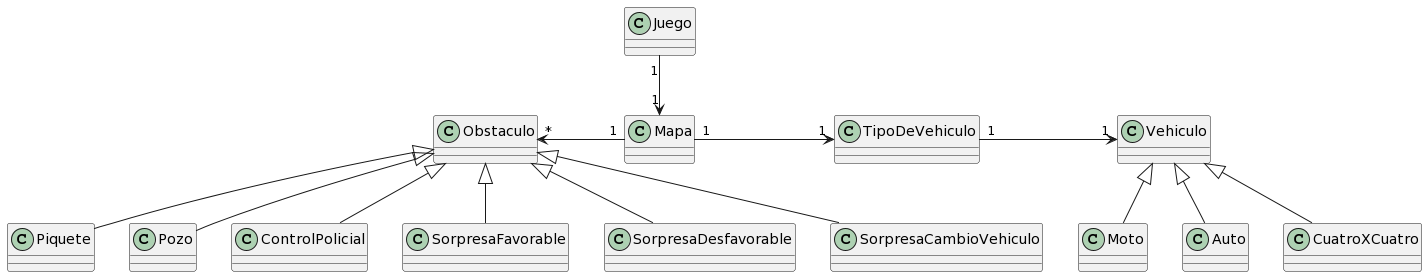
Above: diagrams/classes/DiagramaDeClases.png in IannielloR/TP2_algo3 (PlantUML), before the change. Its diagram source:
```plantuml
@startuml
Obstaculo <|--  Piquete
Obstaculo <|--  Pozo
Obstaculo <|--  ControlPolicial
Obstaculo <|--  SorpresaFavorable
Obstaculo <|--  SorpresaDesfavorable
Obstaculo <|--  SorpresaCambioVehiculo

Juego "1" -down-> "1" Mapa
Mapa "1" -right-> "1" TipoDeVehiculo
Mapa "1" -left-> "*" Obstaculo

TipoDeVehiculo "1" -right-> "1" Vehiculo


Vehiculo <|-- Moto
Vehiculo <|-- Auto
Vehiculo <|-- CuatroXCuatro
@enduml
```
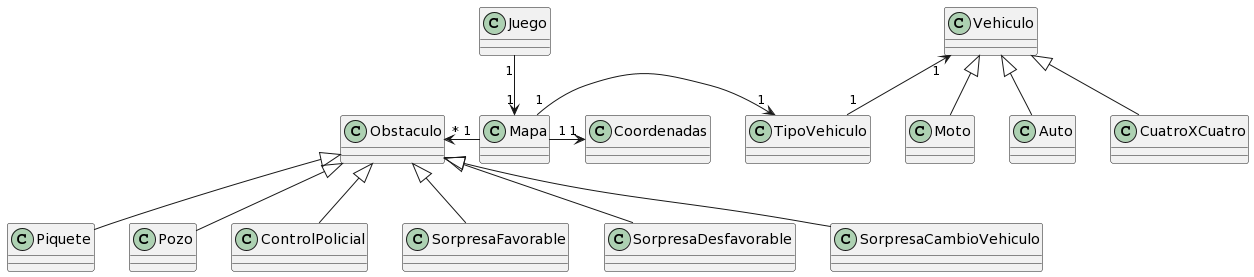
Above is the later version.

Change to the diagram source:
```diff
@@ -7,11 +7,10 @@
 Obstaculo <|--  SorpresaCambioVehiculo
 
 Juego "1" -down-> "1" Mapa
-Mapa "1" -right-> "1" TipoDeVehiculo
+Mapa "1" -right-> "1" TipoVehiculo
+Mapa "1" -right-> "1" Coordenadas
 Mapa "1" -left-> "*" Obstaculo
-
-TipoDeVehiculo "1" -right-> "1" Vehiculo
-
+TipoVehiculo "1" -up-> "1" Vehiculo
 
 Vehiculo <|-- Moto
 Vehiculo <|-- Auto
```
